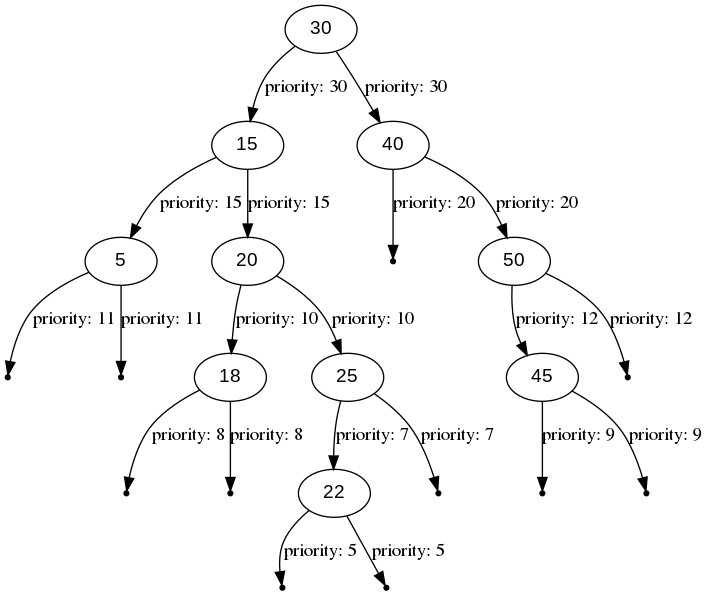
Before: visLib/out/png/dump9.png, a diagram exported from Graphviz (NikitaEvs/trees). Its source is kept beside it as visLib/out/dot/dump9.dot. Source of this version:
```dot
digraph BinarySearchTree {
    node [fontname = "Arial"];
    30 -> 15 [label="priority: 30"];
    15 -> 5 [label="priority: 15"];
    null0[shape=point];
    5 -> null0 [label="priority: 11"];
    null1[shape=point];
    5 -> null1 [label="priority: 11"];
    15 -> 20 [label="priority: 15"];
    20 -> 18 [label="priority: 10"];
    null2[shape=point];
    18 -> null2 [label="priority: 8"];
    null3[shape=point];
    18 -> null3 [label="priority: 8"];
    20 -> 25 [label="priority: 10"];
    25 -> 22 [label="priority: 7"];
    null4[shape=point];
    22 -> null4 [label="priority: 5"];
    null5[shape=point];
    22 -> null5 [label="priority: 5"];
    null6[shape=point];
    25 -> null6 [label="priority: 7"];
    30 -> 40 [label="priority: 30"];
    null7[shape=point];
    40 -> null7 [label="priority: 20"];
    40 -> 50 [label="priority: 20"];
    50 -> 45 [label="priority: 12"];
    null8[shape=point];
    45 -> null8 [label="priority: 9"];
    null9[shape=point];
    45 -> null9 [label="priority: 9"];
    null10[shape=point];
    50 -> null10 [label="priority: 12"];
}
```
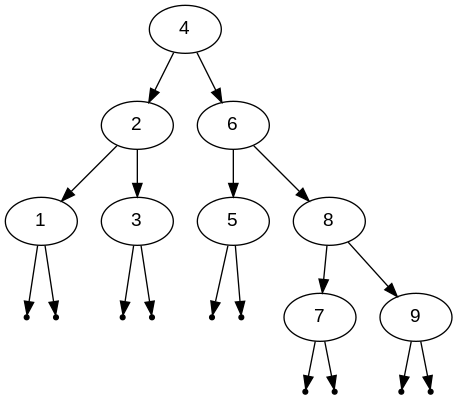
Later version of the same file.

What changed in the source:
```diff
@@ -1,34 +1,31 @@
 digraph BinarySearchTree {
     node [fontname = "Arial"];
-    30 -> 15 [label="priority: 30"];
-    15 -> 5 [label="priority: 15"];
+    4 -> 2;
+    2 -> 1;
     null0[shape=point];
-    5 -> null0 [label="priority: 11"];
+    1 -> null0;
     null1[shape=point];
-    5 -> null1 [label="priority: 11"];
-    15 -> 20 [label="priority: 15"];
-    20 -> 18 [label="priority: 10"];
+    1 -> null1;
+    2 -> 3;
     null2[shape=point];
-    18 -> null2 [label="priority: 8"];
+    3 -> null2;
     null3[shape=point];
-    18 -> null3 [label="priority: 8"];
-    20 -> 25 [label="priority: 10"];
-    25 -> 22 [label="priority: 7"];
+    3 -> null3;
+    4 -> 6;
+    6 -> 5;
     null4[shape=point];
-    22 -> null4 [label="priority: 5"];
+    5 -> null4;
     null5[shape=point];
-    22 -> null5 [label="priority: 5"];
+    5 -> null5;
+    6 -> 8;
+    8 -> 7;
     null6[shape=point];
-    25 -> null6 [label="priority: 7"];
-    30 -> 40 [label="priority: 30"];
+    7 -> null6;
     null7[shape=point];
-    40 -> null7 [label="priority: 20"];
-    40 -> 50 [label="priority: 20"];
-    50 -> 45 [label="priority: 12"];
+    7 -> null7;
+    8 -> 9;
     null8[shape=point];
-    45 -> null8 [label="priority: 9"];
+    9 -> null8;
     null9[shape=point];
-    45 -> null9 [label="priority: 9"];
-    null10[shape=point];
-    50 -> null10 [label="priority: 12"];
+    9 -> null9;
 }
```
